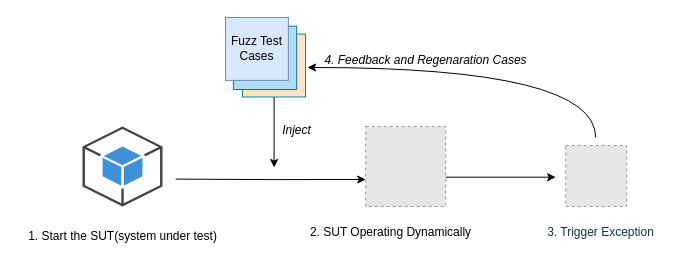
Before: Translation+Fuzz.drawio in sunplanter/Paper, a draw.io diagram. Source tidied: cells renumbered, new cells numbered last; positions are measured from the earlier drawing's top-left corner, leaving out a move shared by most shapes. Both pictures are drawn from the tidied source at 100%, with x=0, y=0 at pixel (17, 17). Pictures stored in the file or linked from it are replaced by grey dashed boxes.
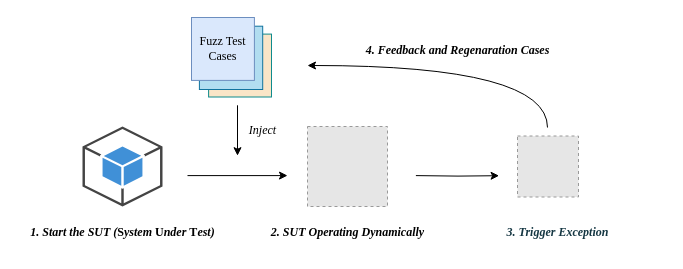
The same page after the edit.

Unchanged cells that the change refers to:
```xml
<mxCell id="6" style="group;" parent="5" vertex="1">
  <mxGeometry x="-6" width="80" height="79.5" as="geometry" />
</mxCell>
<mxCell id="8" style="whiteSpace=wrap;html=1;strokeColor=#0F8B8D;fontColor=#143642;fillColor=#FAE5C7;" parent="6" vertex="1">
  <mxGeometry x="17.1" y="16.6" width="62.9" height="62.9" as="geometry" />
</mxCell>
```

Diff of the diagram source:
```diff
@@
-    <mxCell id="2" style="edgeStyle=orthogonalEdgeStyle;rounded=0;orthogonalLoop=1;jettySize=auto;html=1;exitX=1;exitY=0.5;exitDx=0;exitDy=0;exitPerimeter=0;strokeColor=light-dark(#000000,#2566A8);fontColor=#143642;fillColor=#FAE5C7;" parent="1" edge="1">
+    <mxCell id="2" style="edgeStyle=orthogonalEdgeStyle;rounded=0;orthogonalLoop=1;jettySize=auto;html=1;strokeColor=light-dark(#000000,#2566A8);fontColor=#143642;fillColor=#FAE5C7;" parent="1" edge="1">
       <mxGeometry relative="1" as="geometry">
-        <mxPoint x="158.2" y="161.6" as="sourcePoint" />
-        <mxPoint x="348.2" y="162" as="targetPoint" />
+        <mxPoint x="170" y="158.1" as="sourcePoint" />
+        <mxPoint x="270" y="158.1" as="targetPoint" />
       </mxGeometry>
     </mxCell>
@@
-    <mxCell id="4" value="&lt;font style=&quot;color: rgb(0, 0, 0);&quot;&gt;1. Start the SUT(system under test)&lt;/font&gt;" style="text;html=1;align=center;verticalAlign=middle;strokeColor=none;fillColor=none;fontColor=#143642;" parent="1" vertex="1">
-      <mxGeometry y="204" width="210" height="30" as="geometry" />
+    <mxCell id="4" value="&lt;font face=&quot;Times New Roman&quot; style=&quot;color: rgb(0, 0, 0);&quot;&gt;&lt;b style=&quot;&quot;&gt;&lt;i&gt;1. Start the SUT (&lt;/i&gt;S&lt;i&gt;ystem &lt;/i&gt;U&lt;i&gt;nder &lt;/i&gt;T&lt;i&gt;est)&lt;/i&gt;&lt;/b&gt;&lt;/font&gt;" style="text;html=1;align=center;verticalAlign=middle;strokeColor=none;fillColor=none;fontColor=#143642;" parent="1" vertex="1">
+      <mxGeometry y="200" width="210" height="30" as="geometry" />
     </mxCell>
     <mxCell id="5" style="group;" parent="1" vertex="1">
-      <mxGeometry x="214" width="80" height="80" as="geometry" />
+      <mxGeometry x="180" width="80" height="80" as="geometry" />
     </mxCell>
@@
-    <mxCell id="7" style="edgeStyle=orthogonalEdgeStyle;rounded=0;jettySize=auto;html=1;strokeColor=#000000;fontColor=#143642;fillColor=#FAE5C7;" parent="6" edge="1" source="8">
-      <mxGeometry relative="1" as="geometry">
-        <mxPoint x="48.6" y="150" as="targetPoint" />
-      </mxGeometry>
-    </mxCell>
@@
-    <mxCell id="10" value="Fuzz Test Cases" style="whiteSpace=wrap;html=1;strokeColor=#6c8ebf;fillColor=#dae8fc;" parent="6" vertex="1">
+    <mxCell id="10" value="&lt;font face=&quot;Times New Roman&quot;&gt;Fuzz Test Cases&lt;/font&gt;" style="whiteSpace=wrap;html=1;strokeColor=#6c8ebf;fillColor=#dae8fc;" parent="6" vertex="1">
       <mxGeometry width="62.9" height="62.9" as="geometry" />
     </mxCell>
-    <mxCell id="11" value="&lt;font style=&quot;color: rgb(0, 0, 0);&quot;&gt;&lt;i&gt;Inject&lt;/i&gt;&lt;/font&gt;" style="text;html=1;align=center;verticalAlign=middle;strokeColor=none;fillColor=none;fontColor=#143642;" parent="1" vertex="1">
-      <mxGeometry x="254" y="98" width="50" height="30" as="geometry" />
+    <mxCell id="11" value="&lt;font face=&quot;Times New Roman&quot; style=&quot;color: rgb(0, 0, 0);&quot;&gt;&lt;i&gt;Inject&lt;/i&gt;&lt;/font&gt;" style="text;html=1;align=center;verticalAlign=middle;strokeColor=none;fillColor=none;fontColor=#143642;" parent="1" vertex="1">
+      <mxGeometry x="220" y="98" width="50" height="30" as="geometry" />
     </mxCell>
-    <mxCell id="12" style="edgeStyle=orthogonalEdgeStyle;rounded=0;orthogonalLoop=1;jettySize=auto;html=1;strokeColor=#000000;fontColor=#143642;fillColor=#FAE5C7;" parent="1" edge="1">
-      <mxGeometry relative="1" as="geometry">
-        <mxPoint x="428.2" y="159.7" as="sourcePoint" />
-        <mxPoint x="538.2" y="159.7" as="targetPoint" />
-      </mxGeometry>
-    </mxCell>
     <mxCell id="13" style="fillColor=#E6E6E6;strokeColor=#999999;dashed=1;verticalLabelPosition=bottom;labelBackgroundColor=default;verticalAlign=top;" parent="1" vertex="1">
-      <mxGeometry x="348.2" y="109" width="80" height="80" as="geometry" />
+      <mxGeometry x="290" y="109" width="80" height="80" as="geometry" />
     </mxCell>
-    <mxCell id="14" value="&lt;font style=&quot;color: rgb(0, 0, 0);&quot;&gt;2. SUT Operating Dynamically&lt;/font&gt;" style="text;html=1;align=center;verticalAlign=middle;strokeColor=none;fillColor=none;fontColor=#143642;" parent="1" vertex="1">
-      <mxGeometry x="283.2" y="200" width="180" height="30" as="geometry" />
+    <mxCell id="14" value="&lt;font face=&quot;Times New Roman&quot; style=&quot;color: rgb(0, 0, 0);&quot;&gt;&lt;i&gt;&lt;b&gt;2. SUT Operating Dynamically&lt;/b&gt;&lt;/i&gt;&lt;/font&gt;" style="text;html=1;align=center;verticalAlign=middle;strokeColor=none;fillColor=none;fontColor=#143642;" parent="1" vertex="1">
+      <mxGeometry x="240" y="200" width="180" height="30" as="geometry" />
     </mxCell>
-    <mxCell id="15" style="edgeStyle=orthogonalEdgeStyle;rounded=0;orthogonalLoop=1;jettySize=auto;html=1;strokeColor=#000000;fontColor=#143642;fillColor=#FAE5C7;curved=1;" parent="1" edge="1">
+    <mxCell id="15" style="edgeStyle=orthogonalEdgeStyle;rounded=0;orthogonalLoop=1;jettySize=auto;html=1;strokeColor=#000000;fontColor=#143642;fillColor=#FAE5C7;curved=1;entryX=0.009;entryY=0.733;entryDx=0;entryDy=0;entryPerimeter=0;" parent="1" edge="1">
       <mxGeometry relative="1" as="geometry">
-        <mxPoint x="578.2" y="120" as="sourcePoint" />
-        <mxPoint x="290" y="50" as="targetPoint" />
+        <mxPoint x="530" y="110" as="sourcePoint" />
+        <mxPoint x="290" y="48" as="targetPoint" />
         <Array as="points">
-          <mxPoint x="578" y="50" />
+          <mxPoint x="530" y="48" />
         </Array>
       </mxGeometry>
     </mxCell>
     <mxCell id="16" style="fillColor=#E6E6E6;strokeColor=#999999;dashed=1;verticalLabelPosition=bottom;labelBackgroundColor=default;verticalAlign=top;" parent="1" vertex="1">
-      <mxGeometry x="548.2" y="128" width="61" height="61" as="geometry" />
+      <mxGeometry x="500" y="118.5" width="61" height="61" as="geometry" />
     </mxCell>
-    <mxCell id="17" value="3. Trigger Exception" style="text;html=1;align=center;verticalAlign=middle;strokeColor=none;fillColor=none;fontColor=#143642;" parent="1" vertex="1">
-      <mxGeometry x="518.2" y="200" width="130" height="30" as="geometry" />
+    <mxCell id="17" value="&lt;font face=&quot;Times New Roman&quot;&gt;&lt;i&gt;&lt;b&gt;3. Trigger Exception&lt;/b&gt;&lt;/i&gt;&lt;/font&gt;" style="text;html=1;align=center;verticalAlign=middle;strokeColor=none;fillColor=none;fontColor=#143642;" parent="1" vertex="1">
+      <mxGeometry x="475" y="200" width="130" height="30" as="geometry" />
     </mxCell>
+    <mxCell id="19" style="edgeStyle=orthogonalEdgeStyle;rounded=0;orthogonalLoop=1;jettySize=auto;html=1;strokeColor=#000000;fontColor=#143642;fillColor=#FAE5C7;" parent="1" edge="1">
+      <mxGeometry relative="1" as="geometry">
+        <mxPoint x="220" y="87.8" as="sourcePoint" />
+        <mxPoint x="220" y="138.2" as="targetPoint" />
+      </mxGeometry>
+    </mxCell>
-    <mxCell id="18" value="&lt;font style=&quot;color: rgb(0, 0, 0);&quot;&gt;&lt;i&gt;4. Feedback and Regenaration Cases&lt;/i&gt;&lt;/font&gt;" style="text;html=1;align=center;verticalAlign=middle;strokeColor=none;fillColor=none;fontColor=#143642;" parent="1" vertex="1">
-      <mxGeometry x="293.2" y="28" width="230" height="30" as="geometry" />
+    <mxCell id="18" value="&lt;i style=&quot;color: rgb(0, 0, 0); font-family: &amp;quot;Times New Roman&amp;quot;;&quot;&gt;&lt;b&gt;4. Feedback and Regenaration Cases&lt;/b&gt;&lt;/i&gt;" style="text;html=1;align=center;verticalAlign=middle;strokeColor=none;fillColor=none;fontColor=#143642;" parent="1" vertex="1">
+      <mxGeometry x="335" y="18" width="210" height="30" as="geometry" />
     </mxCell>
+    <mxCell id="20" style="edgeStyle=orthogonalEdgeStyle;rounded=0;orthogonalLoop=1;jettySize=auto;html=1;strokeColor=light-dark(#000000,#2566A8);fontColor=#143642;fillColor=#FAE5C7;" parent="1" edge="1">
+      <mxGeometry relative="1" as="geometry">
+        <mxPoint x="398.4" y="158.1" as="sourcePoint" />
+        <mxPoint x="481.6" y="158.2" as="targetPoint" />
+      </mxGeometry>
+    </mxCell>
```
